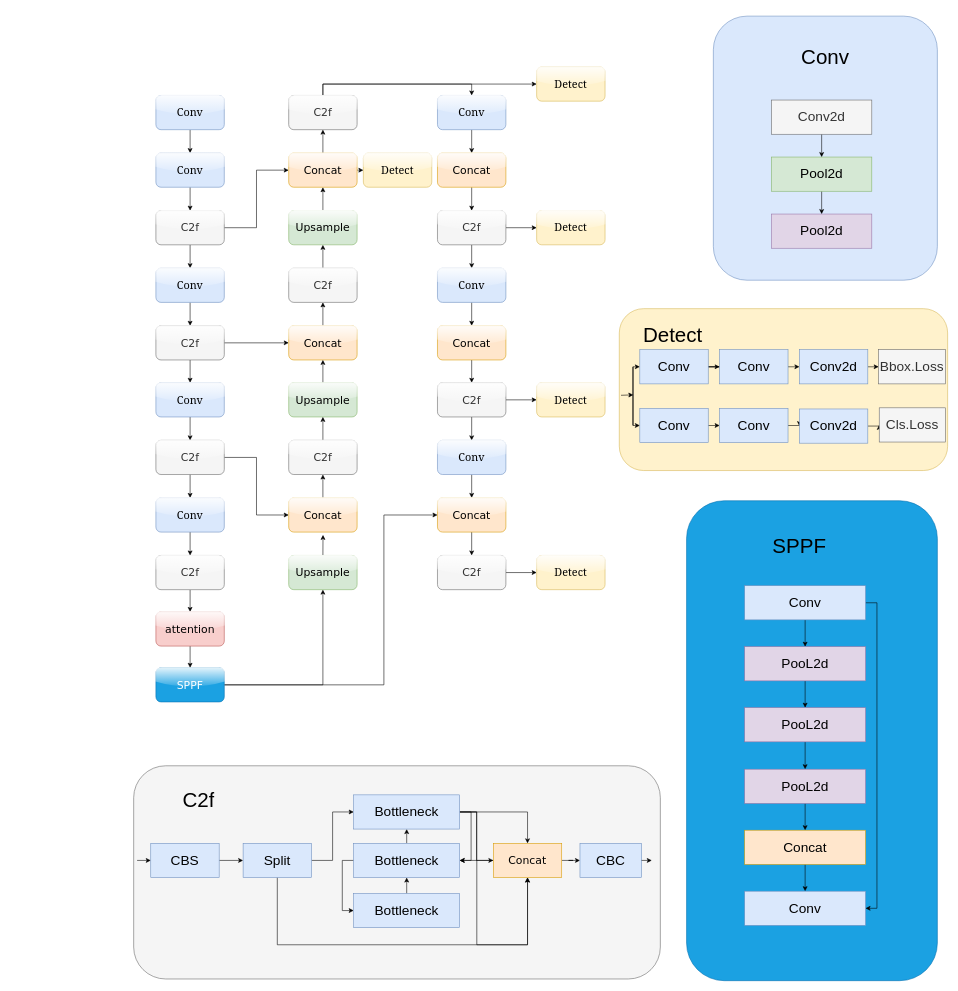
Before: test.drawio in xingkongyuan22/xingkongyuan22, a draw.io diagram. Source tidied: cells renumbered, new cells numbered last; positions are measured from the earlier drawing's top-left corner, leaving out a move shared by most shapes. Both pictures are drawn from the tidied source at 57%, with x=0, y=0 at pixel (133, 16).
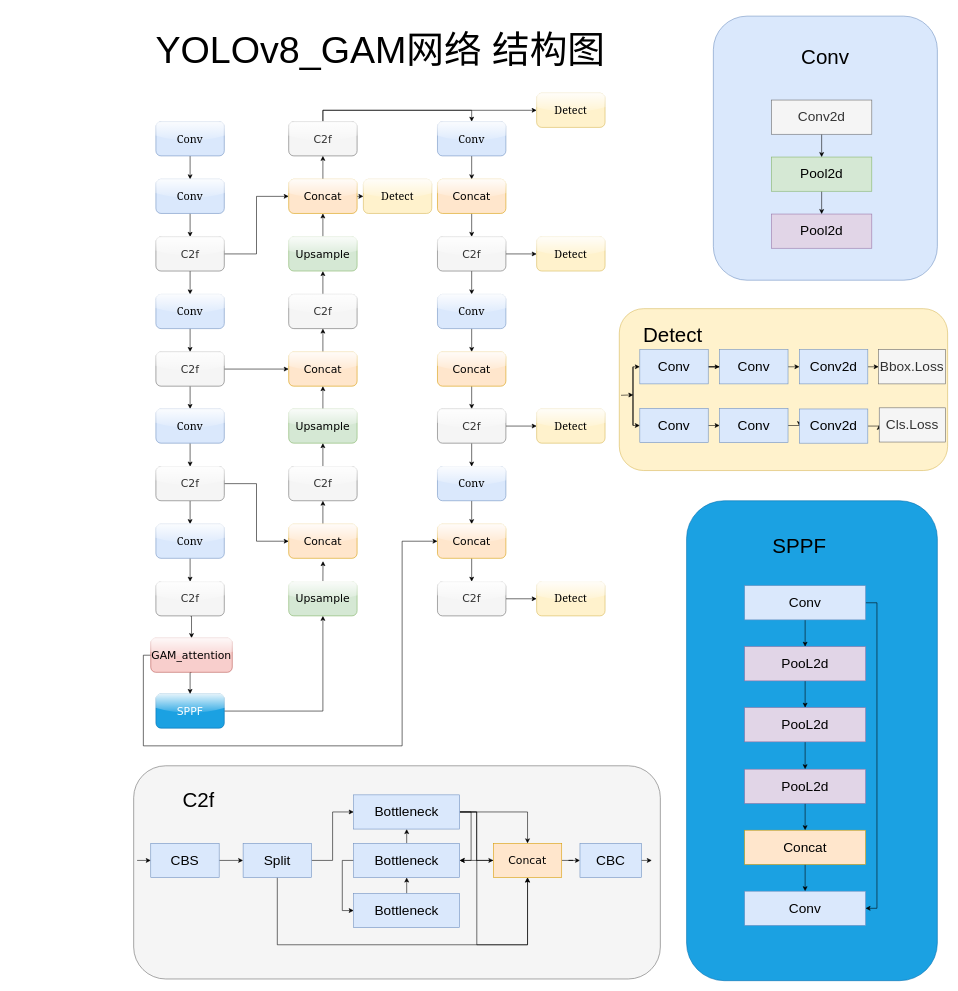
The same page after the edit.

What changed in the source:
```diff
@@
     <mxCell id="3" value="&lt;font face=&quot;Georgia&quot; style=&quot;font-size: 19px;&quot;&gt;Conv&lt;/font&gt;" style="rounded=1;whiteSpace=wrap;html=1;glass=1;fillColor=#dae8fc;strokeColor=#6c8ebf;" parent="1" vertex="1">
-      <mxGeometry x="39" y="139" width="120" height="60" as="geometry" />
+      <mxGeometry x="39" y="185" width="120" height="60" as="geometry" />
     </mxCell>
@@
     <mxCell id="5" value="&lt;font face=&quot;Georgia&quot; style=&quot;font-size: 19px;&quot;&gt;Conv&lt;/font&gt;" style="rounded=1;whiteSpace=wrap;html=1;glass=1;fillColor=#dae8fc;strokeColor=#6c8ebf;" parent="1" vertex="1">
-      <mxGeometry x="39" y="240" width="120" height="60" as="geometry" />
+      <mxGeometry x="39" y="286" width="120" height="60" as="geometry" />
     </mxCell>
@@
     <mxCell id="8" value="&lt;font face=&quot;Verdana&quot;&gt;&lt;font style=&quot;font-size: 19px;&quot;&gt;C&lt;/font&gt;&lt;font style=&quot;font-size: 19px;&quot;&gt;2f&lt;/font&gt;&lt;/font&gt;" style="rounded=1;whiteSpace=wrap;html=1;glass=1;fillColor=#f5f5f5;fontColor=#333333;strokeColor=#666666;" parent="1" vertex="1">
-      <mxGeometry x="39" y="341" width="120" height="60" as="geometry" />
+      <mxGeometry x="39" y="387" width="120" height="60" as="geometry" />
     </mxCell>
@@
     <mxCell id="10" value="&lt;font face=&quot;Georgia&quot; style=&quot;font-size: 19px;&quot;&gt;Conv&lt;/font&gt;" style="rounded=1;whiteSpace=wrap;html=1;glass=1;fillColor=#dae8fc;strokeColor=#6c8ebf;" parent="1" vertex="1">
-      <mxGeometry x="39" y="442" width="120" height="60" as="geometry" />
+      <mxGeometry x="39" y="488" width="120" height="60" as="geometry" />
     </mxCell>
@@
     <mxCell id="13" value="&lt;font face=&quot;Verdana&quot;&gt;&lt;font style=&quot;font-size: 19px;&quot;&gt;C&lt;/font&gt;&lt;font style=&quot;font-size: 19px;&quot;&gt;2f&lt;/font&gt;&lt;/font&gt;" style="rounded=1;whiteSpace=wrap;html=1;glass=1;fillColor=#f5f5f5;fontColor=#333333;strokeColor=#666666;" parent="1" vertex="1">
-      <mxGeometry x="39" y="543" width="120" height="60" as="geometry" />
+      <mxGeometry x="39" y="589" width="120" height="60" as="geometry" />
     </mxCell>
@@
     <mxCell id="15" value="&lt;font face=&quot;Georgia&quot; style=&quot;font-size: 19px;&quot;&gt;Conv&lt;/font&gt;" style="rounded=1;whiteSpace=wrap;html=1;glass=1;fillColor=#dae8fc;strokeColor=#6c8ebf;" parent="1" vertex="1">
-      <mxGeometry x="39" y="643" width="120" height="60" as="geometry" />
+      <mxGeometry x="39" y="689" width="120" height="60" as="geometry" />
     </mxCell>
@@
     <mxCell id="18" value="&lt;font face=&quot;Verdana&quot;&gt;&lt;font style=&quot;font-size: 19px;&quot;&gt;C&lt;/font&gt;&lt;font style=&quot;font-size: 19px;&quot;&gt;2f&lt;/font&gt;&lt;/font&gt;" style="rounded=1;whiteSpace=wrap;html=1;glass=1;fillColor=#f5f5f5;fontColor=#333333;strokeColor=#666666;" parent="1" vertex="1">
-      <mxGeometry x="39" y="744" width="120" height="60" as="geometry" />
+      <mxGeometry x="39" y="790" width="120" height="60" as="geometry" />
     </mxCell>
@@
     <mxCell id="20" value="&lt;font face=&quot;Georgia&quot; style=&quot;font-size: 19px;&quot;&gt;Conv&lt;/font&gt;" style="rounded=1;whiteSpace=wrap;html=1;glass=1;fillColor=#dae8fc;strokeColor=#6c8ebf;" parent="1" vertex="1">
-      <mxGeometry x="39" y="845" width="120" height="60" as="geometry" />
+      <mxGeometry x="39" y="891" width="120" height="60" as="geometry" />
     </mxCell>
@@
     <mxCell id="22" value="&lt;font face=&quot;Verdana&quot;&gt;&lt;font style=&quot;font-size: 19px;&quot;&gt;C&lt;/font&gt;&lt;font style=&quot;font-size: 19px;&quot;&gt;2f&lt;/font&gt;&lt;/font&gt;" style="rounded=1;whiteSpace=wrap;html=1;glass=1;fillColor=#f5f5f5;fontColor=#333333;strokeColor=#666666;" parent="1" vertex="1">
-      <mxGeometry x="39" y="946" width="120" height="60" as="geometry" />
+      <mxGeometry x="39" y="992" width="120" height="60" as="geometry" />
     </mxCell>
@@
-    <mxCell id="24" style="edgeStyle=orthogonalEdgeStyle;rounded=0;jettySize=auto;html=1;exitX=1;exitY=0.5;exitDx=0;exitDy=0;entryX=0;entryY=0.5;entryDx=0;entryDy=0;" parent="1" edge="1" source="25" target="65">
-      <mxGeometry relative="1" as="geometry">
-        <Array as="points">
-          <mxPoint x="439" y="1173" />
-          <mxPoint x="439" y="875" />
-        </Array>
-      </mxGeometry>
-    </mxCell>
     <mxCell id="25" value="&lt;font face=&quot;Verdana&quot;&gt;&lt;span style=&quot;font-size: 19px;&quot;&gt;SPPF&lt;/span&gt;&lt;/font&gt;" style="rounded=1;whiteSpace=wrap;html=1;glass=1;fillColor=#1ba1e2;fontColor=#ffffff;strokeColor=#006EAF;" parent="1" vertex="1">
-      <mxGeometry x="39" y="1143" width="120" height="60" as="geometry" />
+      <mxGeometry x="39" y="1189" width="120" height="60" as="geometry" />
     </mxCell>
@@
+    <mxCell id="137" style="edgeStyle=orthogonalEdgeStyle;rounded=0;jettySize=auto;html=1;exitX=0;exitY=0.5;exitDx=0;exitDy=0;entryX=0;entryY=0.5;entryDx=0;entryDy=0;" parent="1" edge="1" source="27" target="65">
+      <mxGeometry relative="1" as="geometry">
+        <Array as="points">
+          <mxPoint x="17" y="1121" />
+          <mxPoint x="17" y="1280" />
+          <mxPoint x="471" y="1280" />
+          <mxPoint x="471" y="921" />
+        </Array>
+      </mxGeometry>
+    </mxCell>
-    <mxCell id="27" value="&lt;font face=&quot;Verdana&quot;&gt;&lt;span style=&quot;font-size: 19px;&quot;&gt;attention&lt;/span&gt;&lt;/font&gt;" style="rounded=1;whiteSpace=wrap;html=1;glass=1;fillColor=#f8cecc;strokeColor=#b85450;" parent="1" vertex="1">
-      <mxGeometry x="39" y="1045" width="120" height="60" as="geometry" />
+    <mxCell id="27" value="&lt;font face=&quot;Verdana&quot;&gt;&lt;span style=&quot;font-size: 19px;&quot;&gt;GAM_attention&lt;/span&gt;&lt;/font&gt;" style="rounded=1;whiteSpace=wrap;html=1;glass=1;fillColor=#f8cecc;strokeColor=#b85450;" parent="1" vertex="1">
+      <mxGeometry x="30" y="1091" width="143" height="60" as="geometry" />
     </mxCell>
@@
     <mxCell id="29" value="&lt;font face=&quot;Verdana&quot;&gt;&lt;font style=&quot;font-size: 19px;&quot;&gt;C&lt;/font&gt;&lt;font style=&quot;font-size: 19px;&quot;&gt;2f&lt;/font&gt;&lt;/font&gt;" style="rounded=1;whiteSpace=wrap;html=1;glass=1;fillColor=#f5f5f5;fontColor=#333333;strokeColor=#666666;flipH=1;" parent="1" vertex="1">
-      <mxGeometry x="272" y="442" width="120" height="60" as="geometry" />
+      <mxGeometry x="272" y="488" width="120" height="60" as="geometry" />
     </mxCell>
@@
     <mxCell id="31" value="&lt;font face=&quot;Verdana&quot;&gt;&lt;span style=&quot;font-size: 19px;&quot;&gt;Concat&lt;/span&gt;&lt;/font&gt;" style="rounded=1;whiteSpace=wrap;html=1;glass=1;fillColor=#ffe6cc;strokeColor=#d79b00;flipH=1;" parent="1" vertex="1">
-      <mxGeometry x="272" y="543" width="120" height="60" as="geometry" />
+      <mxGeometry x="272" y="589" width="120" height="60" as="geometry" />
     </mxCell>
@@
     <mxCell id="33" value="&lt;font face=&quot;Verdana&quot;&gt;&lt;span style=&quot;font-size: 19px;&quot;&gt;Upsample&lt;/span&gt;&lt;/font&gt;" style="rounded=1;whiteSpace=wrap;html=1;glass=1;fillColor=#d5e8d4;strokeColor=#82b366;flipH=1;" parent="1" vertex="1">
-      <mxGeometry x="272" y="643" width="120" height="60" as="geometry" />
+      <mxGeometry x="272" y="689" width="120" height="60" as="geometry" />
     </mxCell>
@@
     <mxCell id="35" value="&lt;font face=&quot;Verdana&quot;&gt;&lt;font style=&quot;font-size: 19px;&quot;&gt;C&lt;/font&gt;&lt;font style=&quot;font-size: 19px;&quot;&gt;2f&lt;/font&gt;&lt;/font&gt;" style="rounded=1;whiteSpace=wrap;html=1;glass=1;fillColor=#f5f5f5;fontColor=#333333;strokeColor=#666666;flipH=1;" parent="1" vertex="1">
-      <mxGeometry x="272" y="744" width="120" height="60" as="geometry" />
+      <mxGeometry x="272" y="790" width="120" height="60" as="geometry" />
     </mxCell>
@@
     <mxCell id="37" value="&lt;font face=&quot;Verdana&quot;&gt;&lt;span style=&quot;font-size: 19px;&quot;&gt;Concat&lt;/span&gt;&lt;/font&gt;" style="rounded=1;whiteSpace=wrap;html=1;glass=1;fillColor=#ffe6cc;strokeColor=#d79b00;flipH=1;" parent="1" vertex="1">
-      <mxGeometry x="272" y="845" width="120" height="60" as="geometry" />
+      <mxGeometry x="272" y="891" width="120" height="60" as="geometry" />
     </mxCell>
     <mxCell id="38" style="edgeStyle=orthogonalEdgeStyle;rounded=0;jettySize=auto;html=1;exitX=0.5;exitY=0;exitDx=0;exitDy=0;" parent="1" edge="1" source="39">
       <mxGeometry relative="1" as="geometry">
-        <mxPoint x="332.2" y="910" as="targetPoint" />
+        <mxPoint x="332.2" y="956" as="targetPoint" />
       </mxGeometry>
     </mxCell>
     <mxCell id="39" value="&lt;font face=&quot;Verdana&quot;&gt;&lt;span style=&quot;font-size: 19px;&quot;&gt;Upsample&lt;/span&gt;&lt;/font&gt;" style="rounded=1;whiteSpace=wrap;html=1;glass=1;fillColor=#d5e8d4;strokeColor=#82b366;flipH=1;" parent="1" vertex="1">
-      <mxGeometry x="272" y="946" width="120" height="60" as="geometry" />
+      <mxGeometry x="272" y="992" width="120" height="60" as="geometry" />
     </mxCell>
@@
     <mxCell id="42" value="&lt;font face=&quot;Verdana&quot;&gt;&lt;font style=&quot;font-size: 19px;&quot;&gt;C&lt;/font&gt;&lt;font style=&quot;font-size: 19px;&quot;&gt;2f&lt;/font&gt;&lt;/font&gt;" style="rounded=1;whiteSpace=wrap;html=1;glass=1;fillColor=#f5f5f5;fontColor=#333333;strokeColor=#666666;flipH=1;" parent="1" vertex="1">
-      <mxGeometry x="272" y="139" width="120" height="60" as="geometry" />
+      <mxGeometry x="272" y="185" width="120" height="60" as="geometry" />
     </mxCell>
@@
     <mxCell id="45" value="&lt;font face=&quot;Verdana&quot;&gt;&lt;span style=&quot;font-size: 19px;&quot;&gt;Concat&lt;/span&gt;&lt;/font&gt;" style="rounded=1;whiteSpace=wrap;html=1;glass=1;fillColor=#ffe6cc;strokeColor=#d79b00;flipH=1;" parent="1" vertex="1">
-      <mxGeometry x="272" y="240" width="120" height="60" as="geometry" />
+      <mxGeometry x="272" y="286" width="120" height="60" as="geometry" />
     </mxCell>
@@
     <mxCell id="47" value="&lt;font face=&quot;Verdana&quot;&gt;&lt;span style=&quot;font-size: 19px;&quot;&gt;Upsample&lt;/span&gt;&lt;/font&gt;" style="rounded=1;whiteSpace=wrap;html=1;glass=1;fillColor=#d5e8d4;strokeColor=#82b366;flipH=1;" parent="1" vertex="1">
-      <mxGeometry x="272" y="341" width="120" height="60" as="geometry" />
+      <mxGeometry x="272" y="387" width="120" height="60" as="geometry" />
     </mxCell>
@@
     <mxCell id="49" value="&lt;font face=&quot;Georgia&quot; style=&quot;font-size: 19px;&quot;&gt;Conv&lt;/font&gt;" style="rounded=1;whiteSpace=wrap;html=1;glass=1;fillColor=#dae8fc;strokeColor=#6c8ebf;" parent="1" vertex="1">
-      <mxGeometry x="533" y="139" width="120" height="60" as="geometry" />
+      <mxGeometry x="533" y="185" width="120" height="60" as="geometry" />
     </mxCell>
@@
     <mxCell id="51" value="&lt;font face=&quot;Verdana&quot;&gt;&lt;span style=&quot;font-size: 19px;&quot;&gt;Concat&lt;/span&gt;&lt;/font&gt;" style="rounded=1;whiteSpace=wrap;html=1;glass=1;fillColor=#ffe6cc;strokeColor=#d79b00;" parent="1" vertex="1">
-      <mxGeometry x="533" y="240" width="120" height="60" as="geometry" />
+      <mxGeometry x="533" y="286" width="120" height="60" as="geometry" />
     </mxCell>
@@
     <mxCell id="54" value="&lt;font face=&quot;Verdana&quot;&gt;&lt;font style=&quot;font-size: 19px;&quot;&gt;C&lt;/font&gt;&lt;font style=&quot;font-size: 19px;&quot;&gt;2f&lt;/font&gt;&lt;/font&gt;" style="rounded=1;whiteSpace=wrap;html=1;glass=1;fillColor=#f5f5f5;fontColor=#333333;strokeColor=#666666;" parent="1" vertex="1">
-      <mxGeometry x="533" y="341" width="120" height="60" as="geometry" />
+      <mxGeometry x="533" y="387" width="120" height="60" as="geometry" />
     </mxCell>
@@
     <mxCell id="56" value="&lt;font face=&quot;Georgia&quot; style=&quot;font-size: 19px;&quot;&gt;Conv&lt;/font&gt;" style="rounded=1;whiteSpace=wrap;html=1;glass=1;fillColor=#dae8fc;strokeColor=#6c8ebf;" parent="1" vertex="1">
-      <mxGeometry x="533" y="442" width="120" height="60" as="geometry" />
+      <mxGeometry x="533" y="488" width="120" height="60" as="geometry" />
     </mxCell>
@@
     <mxCell id="58" value="&lt;font face=&quot;Verdana&quot;&gt;&lt;span style=&quot;font-size: 19px;&quot;&gt;Concat&lt;/span&gt;&lt;/font&gt;" style="rounded=1;whiteSpace=wrap;html=1;glass=1;fillColor=#ffe6cc;strokeColor=#d79b00;" parent="1" vertex="1">
-      <mxGeometry x="533" y="543" width="120" height="60" as="geometry" />
+      <mxGeometry x="533" y="589" width="120" height="60" as="geometry" />
     </mxCell>
@@
     <mxCell id="61" value="&lt;font face=&quot;Verdana&quot;&gt;&lt;font style=&quot;font-size: 19px;&quot;&gt;C&lt;/font&gt;&lt;font style=&quot;font-size: 19px;&quot;&gt;2f&lt;/font&gt;&lt;/font&gt;" style="rounded=1;whiteSpace=wrap;html=1;glass=1;fillColor=#f5f5f5;fontColor=#333333;strokeColor=#666666;" parent="1" vertex="1">
-      <mxGeometry x="533" y="643" width="120" height="60" as="geometry" />
+      <mxGeometry x="533" y="689" width="120" height="60" as="geometry" />
     </mxCell>
@@
     <mxCell id="63" value="&lt;font face=&quot;Georgia&quot; style=&quot;font-size: 19px;&quot;&gt;Conv&lt;/font&gt;" style="rounded=1;whiteSpace=wrap;html=1;glass=1;fillColor=#dae8fc;strokeColor=#6c8ebf;" parent="1" vertex="1">
-      <mxGeometry x="533" y="744" width="120" height="60" as="geometry" />
+      <mxGeometry x="533" y="790" width="120" height="60" as="geometry" />
     </mxCell>
@@
     <mxCell id="65" value="&lt;font face=&quot;Verdana&quot;&gt;&lt;span style=&quot;font-size: 19px;&quot;&gt;Concat&lt;/span&gt;&lt;/font&gt;" style="rounded=1;whiteSpace=wrap;html=1;glass=1;fillColor=#ffe6cc;strokeColor=#d79b00;" parent="1" vertex="1">
-      <mxGeometry x="533" y="845" width="120" height="60" as="geometry" />
+      <mxGeometry x="533" y="891" width="120" height="60" as="geometry" />
     </mxCell>
@@
     <mxCell id="67" value="&lt;font face=&quot;Verdana&quot;&gt;&lt;font style=&quot;font-size: 19px;&quot;&gt;C&lt;/font&gt;&lt;font style=&quot;font-size: 19px;&quot;&gt;2f&lt;/font&gt;&lt;/font&gt;" style="rounded=1;whiteSpace=wrap;html=1;glass=1;fillColor=#f5f5f5;fontColor=#333333;strokeColor=#666666;" parent="1" vertex="1">
-      <mxGeometry x="533" y="946" width="120" height="60" as="geometry" />
+      <mxGeometry x="533" y="992" width="120" height="60" as="geometry" />
     </mxCell>
     <mxCell id="68" value="&lt;font face=&quot;Georgia&quot;&gt;&lt;span style=&quot;font-size: 19px;&quot;&gt;Detect&lt;/span&gt;&lt;/font&gt;" style="rounded=1;whiteSpace=wrap;html=1;glass=1;fillColor=#fff2cc;strokeColor=#d6b656;" parent="1" vertex="1">
-      <mxGeometry x="403" y="240" width="120" height="60" as="geometry" />
+      <mxGeometry x="403" y="286" width="120" height="60" as="geometry" />
     </mxCell>
     <mxCell id="69" value="&lt;font face=&quot;Georgia&quot;&gt;&lt;span style=&quot;font-size: 19px;&quot;&gt;Detect&lt;/span&gt;&lt;/font&gt;" style="rounded=1;whiteSpace=wrap;html=1;glass=1;fillColor=#fff2cc;strokeColor=#d6b656;" parent="1" vertex="1">
-      <mxGeometry x="707" y="341" width="120" height="60" as="geometry" />
+      <mxGeometry x="707" y="387" width="120" height="60" as="geometry" />
     </mxCell>
     <mxCell id="70" value="&lt;font face=&quot;Georgia&quot;&gt;&lt;span style=&quot;font-size: 19px;&quot;&gt;Detect&lt;/span&gt;&lt;/font&gt;" style="rounded=1;whiteSpace=wrap;html=1;glass=1;fillColor=#fff2cc;strokeColor=#d6b656;" parent="1" vertex="1">
-      <mxGeometry x="707" y="643" width="120" height="60" as="geometry" />
+      <mxGeometry x="707" y="689" width="120" height="60" as="geometry" />
     </mxCell>
     <mxCell id="71" value="&lt;font face=&quot;Georgia&quot;&gt;&lt;span style=&quot;font-size: 19px;&quot;&gt;Detect&lt;/span&gt;&lt;/font&gt;" style="rounded=1;whiteSpace=wrap;html=1;glass=1;fillColor=#fff2cc;strokeColor=#d6b656;" parent="1" vertex="1">
-      <mxGeometry x="707" y="946" width="120" height="60" as="geometry" />
+      <mxGeometry x="707" y="992" width="120" height="60" as="geometry" />
     </mxCell>
     <mxCell id="72" value="&lt;font face=&quot;Georgia&quot;&gt;&lt;span style=&quot;font-size: 19px;&quot;&gt;Detect&lt;/span&gt;&lt;/font&gt;" style="rounded=1;whiteSpace=wrap;html=1;glass=1;fillColor=#fff2cc;strokeColor=#d6b656;" parent="1" vertex="1">
-      <mxGeometry x="707" y="89" width="120" height="60" as="geometry" />
+      <mxGeometry x="707" y="135" width="120" height="60" as="geometry" />
     </mxCell>
@@
+    <mxCell id="138" value="&lt;font style=&quot;font-size: 66px;&quot;&gt;YOLOv8_GAM网络 结构图&lt;/font&gt;" style="text;html=1;align=center;verticalAlign=middle;whiteSpace=wrap;rounded=0;" parent="1" vertex="1">
+      <mxGeometry x="-217" y="-11" width="1300" height="142" as="geometry" />
+    </mxCell>
```
